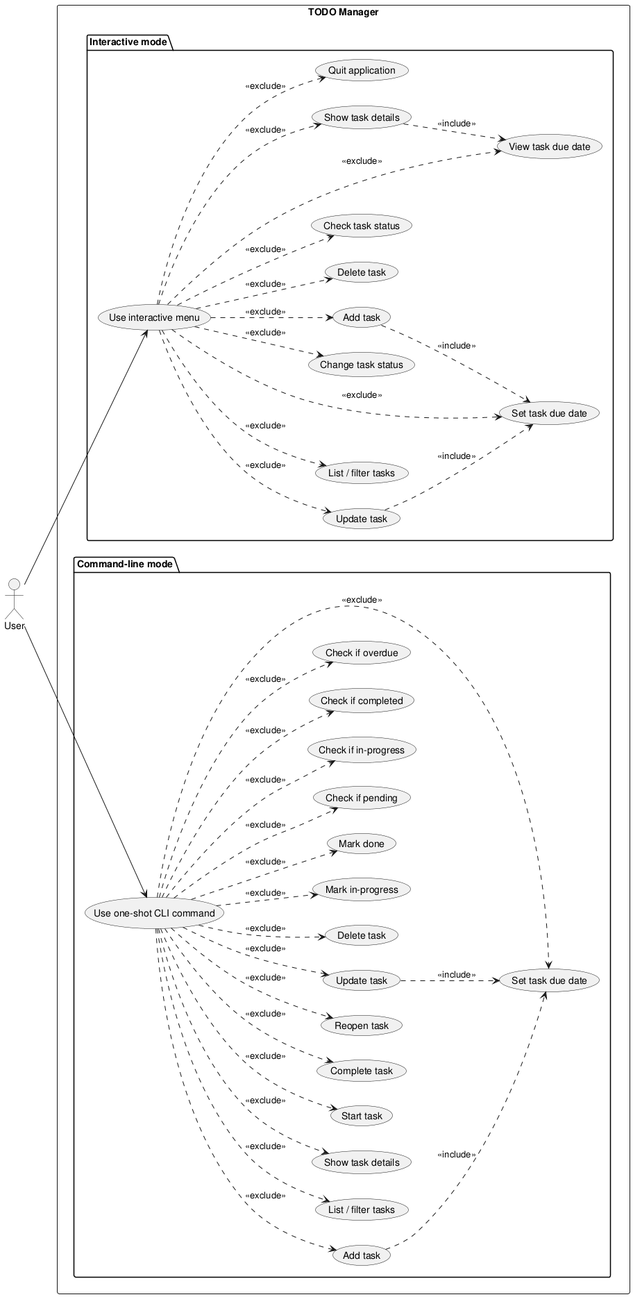
Above: experiments/supervisor_as_tools/user_stories/TODO/artifacts/use_case_diagram.png in DanielRiha8906/Software_autoevolution_using_agents (PlantUML), before the change.
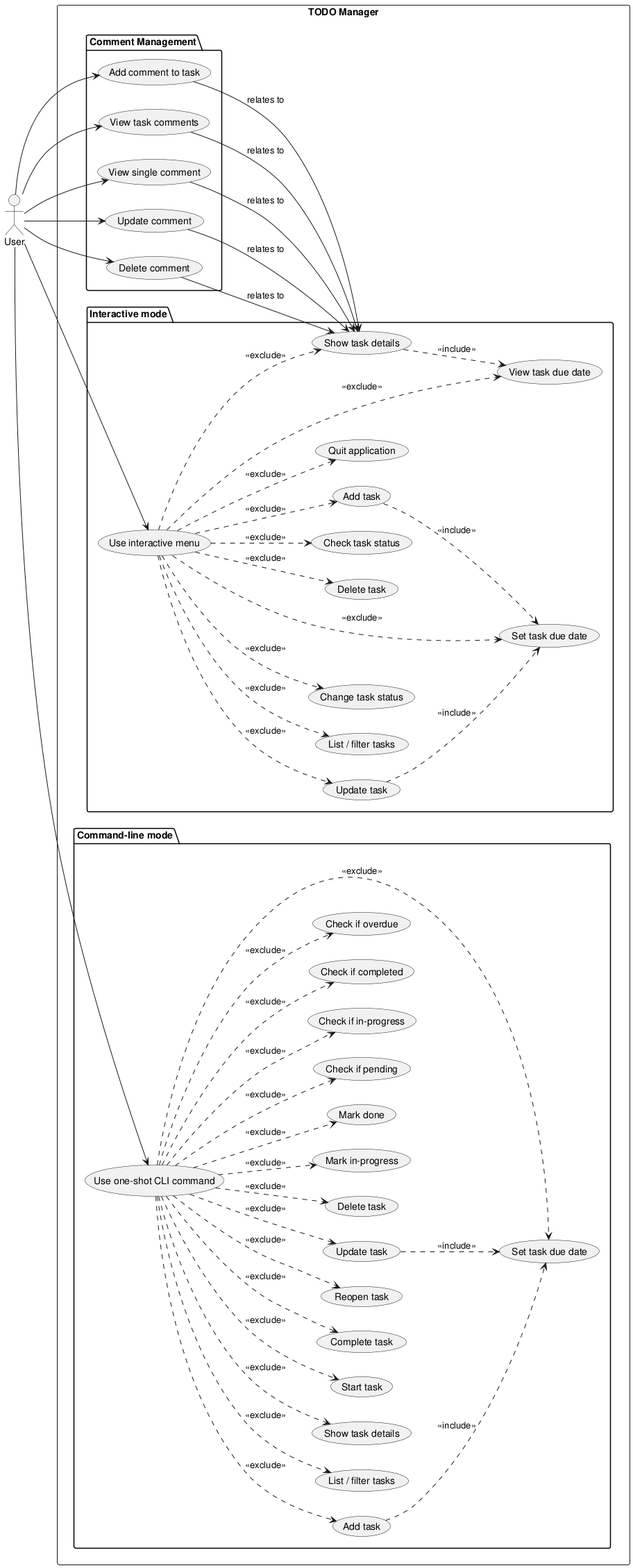
After the change.

Change to the diagram source:
```diff
@@ -5,6 +5,14 @@
 actor User
 
 rectangle "TODO Manager" {
+
+  package "Comment Management" {
+    usecase "Add comment to task" as ADD_COMMENT
+    usecase "View task comments" as VIEW_COMMENTS
+    usecase "View single comment" as VIEW_COMMENT
+    usecase "Update comment" as UPDATE_COMMENT
+    usecase "Delete comment" as DELETE_COMMENT
+  }
 
   package "Interactive mode" {
     usecase "Use interactive menu" as UI
@@ -42,6 +50,17 @@
 
 User --> UI
 User --> CLI
+User --> ADD_COMMENT
+User --> VIEW_COMMENTS
+User --> VIEW_COMMENT
+User --> UPDATE_COMMENT
+User --> DELETE_COMMENT
+
+ADD_COMMENT --> I_SHOW : relates to
+VIEW_COMMENTS --> I_SHOW : relates to
+VIEW_COMMENT --> I_SHOW : relates to
+UPDATE_COMMENT --> I_SHOW : relates to
+DELETE_COMMENT --> I_SHOW : relates to
 
 UI ..> I_ADD    : <<exclude>>
 UI ..> I_LIST   : <<exclude>>
```
